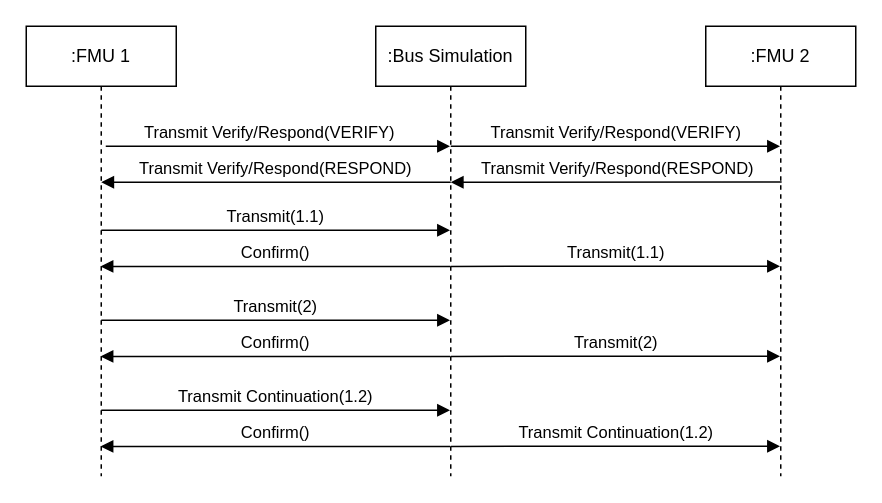
Before: docs/images/ethernet_transmit_fragmented.drawio in modelica/fmi-ls-bus, a draw.io diagram. Source tidied: cells renumbered, new cells numbered last; positions are measured from the earlier drawing's top-left corner, leaving out a move shared by most shapes. Both pictures are drawn from the tidied source at 150%, with x=0, y=0 at pixel (26, 26).
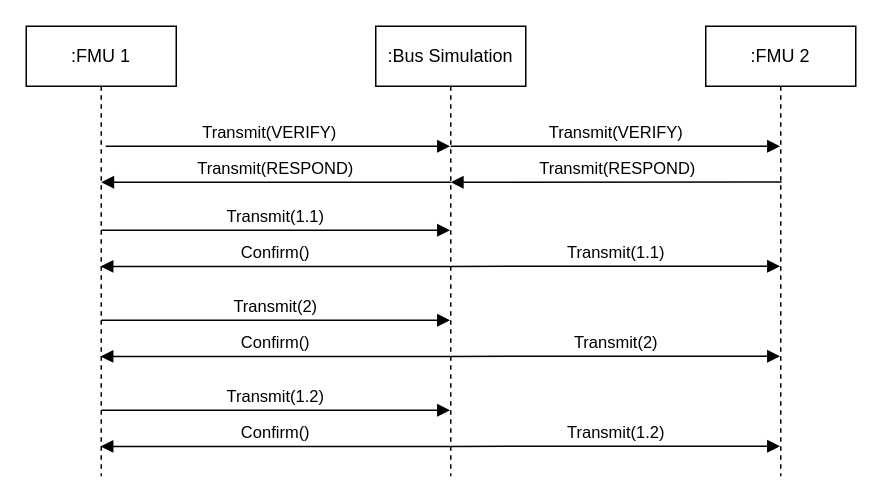
The same page after the edit.

Commit message (it also covers changes not shown here):
Ethernet: Consolidate some bus operations

Unchanged cells that the change refers to:
```xml
<mxCell id="3" value=":Bus Simulation" style="shape=umlLifeline;perimeter=lifelinePerimeter;whiteSpace=wrap;html=1;outlineConnect=0;portConstraint=eastwest;newEdgeStyle={&quot;edgeStyle&quot;:&quot;elbowEdgeStyle&quot;,&quot;elbow&quot;:&quot;vertical&quot;,&quot;curved&quot;:0,&quot;rounded&quot;:0};" parent="1" vertex="1">
  <mxGeometry x="233" width="100" height="300" as="geometry" />
</mxCell>
<mxCell id="4" value=":FMU 2" style="shape=umlLifeline;perimeter=lifelinePerimeter;whiteSpace=wrap;html=1;outlineConnect=0;portConstraint=eastwest;newEdgeStyle={&quot;edgeStyle&quot;:&quot;elbowEdgeStyle&quot;,&quot;elbow&quot;:&quot;vertical&quot;,&quot;curved&quot;:0,&quot;rounded&quot;:0};" parent="1" vertex="1">
  <mxGeometry x="453" width="100" height="300" as="geometry" />
</mxCell>
```

What changed in the source:
```diff
@@
-    <mxCell id="11" value="Transmit Continuation(1.2)" style="html=1;verticalAlign=bottom;endArrow=block;edgeStyle=elbowEdgeStyle;elbow=vertical;curved=0;rounded=0;" parent="1" edge="1">
+    <mxCell id="11" value="Transmit(1.2)" style="html=1;verticalAlign=bottom;endArrow=block;edgeStyle=elbowEdgeStyle;elbow=vertical;curved=0;rounded=0;" parent="1" edge="1">
       <mxGeometry relative="1" as="geometry">
         <mxPoint x="50" y="256" as="sourcePoint" />
         <mxPoint x="282.5" y="256" as="targetPoint" />
       </mxGeometry>
     </mxCell>
-    <mxCell id="12" value="Transmit Continuation(1.2)" style="html=1;verticalAlign=bottom;endArrow=block;edgeStyle=elbowEdgeStyle;elbow=vertical;curved=0;rounded=0;" parent="1" edge="1" target="4">
+    <mxCell id="12" value="Transmit(1.2)" style="html=1;verticalAlign=bottom;endArrow=block;edgeStyle=elbowEdgeStyle;elbow=vertical;curved=0;rounded=0;" parent="1" edge="1" target="4">
       <mxGeometry relative="1" as="geometry">
         <mxPoint x="283" y="280.1" as="sourcePoint" />
       </mxGeometry>
     </mxCell>
@@
-    <mxCell id="14" value="Transmit Verify/Respond(VERIFY)" style="html=1;verticalAlign=bottom;endArrow=block;edgeStyle=elbowEdgeStyle;elbow=vertical;curved=0;rounded=0;" parent="1" edge="1" target="3">
+    <mxCell id="14" value="Transmit(VERIFY)" style="html=1;verticalAlign=bottom;endArrow=block;edgeStyle=elbowEdgeStyle;elbow=vertical;curved=0;rounded=0;" parent="1" edge="1" target="3">
       <mxGeometry x="0.14" relative="1" as="geometry">
         <mxPoint x="103" y="80" as="sourcePoint" />
         <Array as="points">
           <mxPoint x="53" y="80" />
         </Array>
       </mxGeometry>
     </mxCell>
-    <mxCell id="15" value="Transmit Verify/Respond(VERIFY)" style="html=1;verticalAlign=bottom;endArrow=block;edgeStyle=elbowEdgeStyle;elbow=vertical;curved=0;rounded=0;" parent="1" edge="1" target="4">
+    <mxCell id="15" value="Transmit(VERIFY)" style="html=1;verticalAlign=bottom;endArrow=block;edgeStyle=elbowEdgeStyle;elbow=vertical;curved=0;rounded=0;" parent="1" edge="1" target="4">
       <mxGeometry relative="1" as="geometry">
         <mxPoint x="283" y="80" as="sourcePoint" />
       </mxGeometry>
     </mxCell>
-    <mxCell id="16" value="Transmit Verify/Respond(RESPOND)" style="html=1;verticalAlign=bottom;endArrow=block;edgeStyle=elbowEdgeStyle;elbow=vertical;curved=0;rounded=0;entryX=0.506;entryY=0.333;entryDx=0;entryDy=0;entryPerimeter=0;exitX=0.506;exitY=0.333;exitDx=0;exitDy=0;exitPerimeter=0;" parent="1" edge="1">
+    <mxCell id="16" value="Transmit(RESPOND)" style="html=1;verticalAlign=bottom;endArrow=block;edgeStyle=elbowEdgeStyle;elbow=vertical;curved=0;rounded=0;entryX=0.506;entryY=0.333;entryDx=0;entryDy=0;entryPerimeter=0;exitX=0.506;exitY=0.333;exitDx=0;exitDy=0;exitPerimeter=0;" parent="1" edge="1">
       <mxGeometry relative="1" as="geometry">
         <mxPoint x="503.6" y="103.9" as="sourcePoint" />
         <mxPoint x="283" y="104" as="targetPoint" />
       </mxGeometry>
     </mxCell>
-    <mxCell id="17" value="Transmit Verify/Respond(RESPOND)" style="html=1;verticalAlign=bottom;endArrow=block;edgeStyle=elbowEdgeStyle;elbow=vertical;curved=0;rounded=0;exitX=0.506;exitY=0.333;exitDx=0;exitDy=0;exitPerimeter=0;" parent="1" edge="1">
+    <mxCell id="17" value="Transmit(RESPOND)" style="html=1;verticalAlign=bottom;endArrow=block;edgeStyle=elbowEdgeStyle;elbow=vertical;curved=0;rounded=0;exitX=0.506;exitY=0.333;exitDx=0;exitDy=0;exitPerimeter=0;" parent="1" edge="1">
       <mxGeometry relative="1" as="geometry">
         <mxPoint x="283" y="104" as="sourcePoint" />
         <mxPoint x="50" y="104" as="targetPoint" />
       </mxGeometry>
     </mxCell>
```
